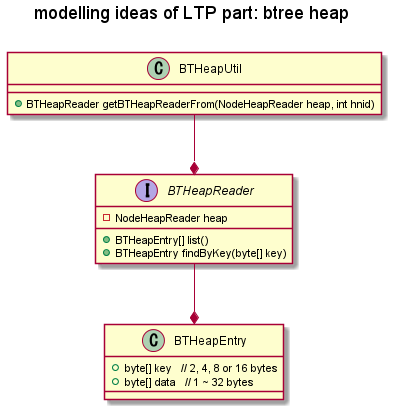
Kris-LIBIS/ruby-msg keeps this PlantUML diagram as out/plantuml/base/ltp_btheap.png. Above is the earlier version. Source of this version:
```plantuml
@startuml ltp_btheap
title modelling ideas of LTP part: btree heap\n
class BTHeapUtil {
    + BTHeapReader getBTHeapReaderFrom(NodeHeapReader heap, int hnid)
}

interface BTHeapReader {
    - NodeHeapReader heap

    + BTHeapEntry[] list()
    + BTHeapEntry findByKey(byte[] key)
}

class BTHeapEntry {
    + byte[] key   // 2, 4, 8 or 16 bytes
    + byte[] data   // 1 ~ 32 bytes
}


BTHeapUtil --* BTHeapReader
BTHeapReader --* BTHeapEntry

@enduml
```
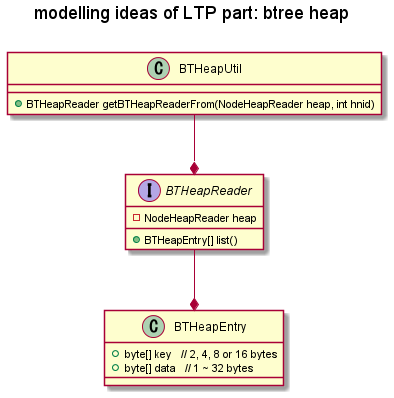
Later version of the same file.

Commit message:
Removing findByKey, it is not mandatory

Diff of the diagram source:
```diff
@@ -8,7 +8,6 @@
     - NodeHeapReader heap
 
     + BTHeapEntry[] list()
-    + BTHeapEntry findByKey(byte[] key)
 }
 
 class BTHeapEntry {
```
